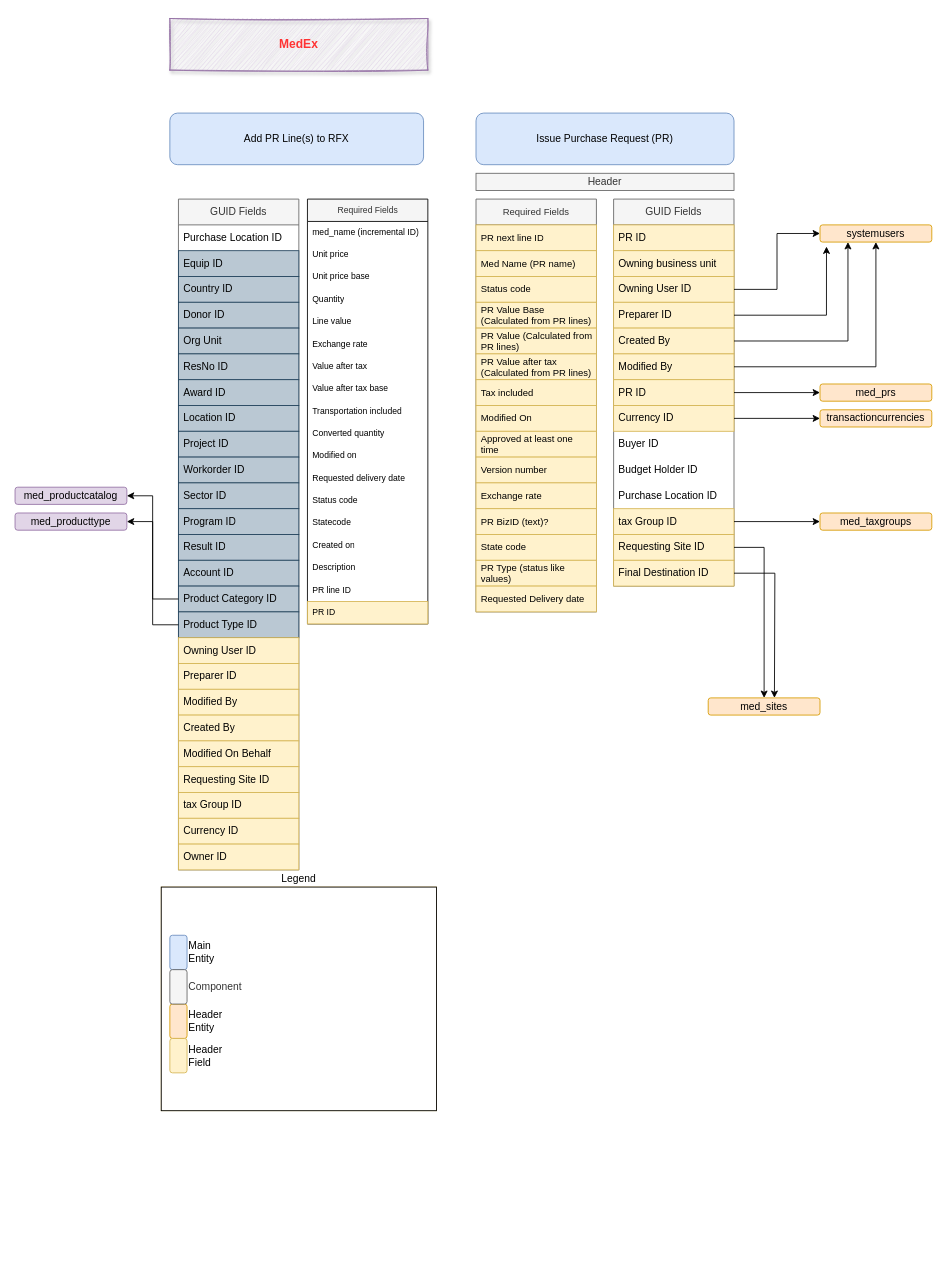
Medair/drawio keeps this draw.io diagram as page "PR Details" (3 of 3) of scm_value_chain.drawio. Above is the earlier version. Source tidied: cells renumbered, new cells numbered last; positions are measured from the earlier drawing's top-left corner, leaving out a move shared by most shapes. Both pictures are drawn from the tidied source at 86%, with x=0, y=0 at pixel (15, 18).
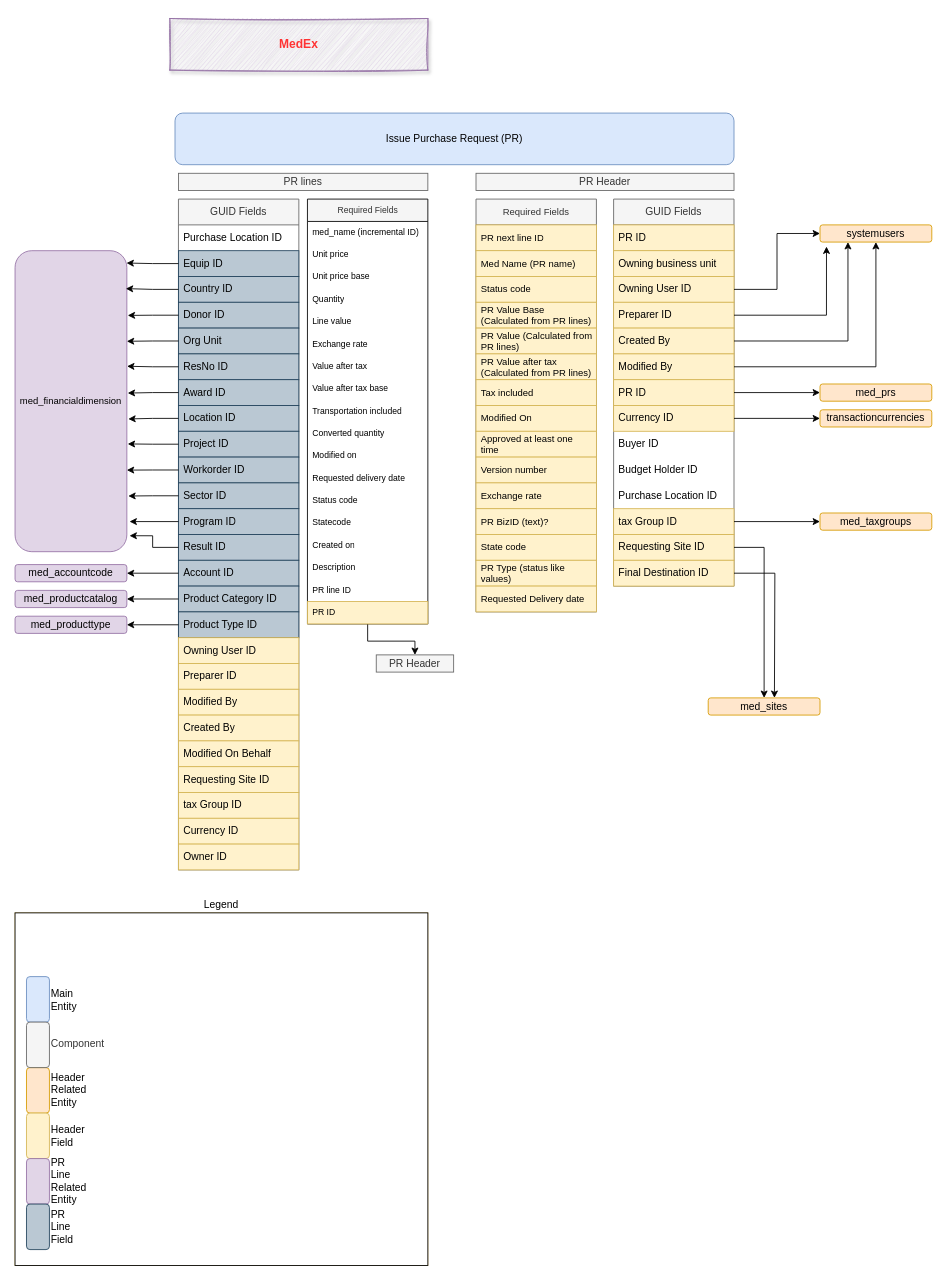
After the change.

Unchanged cells that the change refers to:
```xml
<mxCell id="11" value="Equip ID" style="text;strokeColor=#23445d;fillColor=#bac8d3;align=left;verticalAlign=middle;spacingLeft=4;spacingRight=4;overflow=hidden;points=[[0,0.5],[1,0.5]];portConstraint=eastwest;whiteSpace=wrap;html=1;" parent="9" vertex="1">
  <mxGeometry y="60" width="140" height="30" as="geometry" />
</mxCell>
<mxCell id="12" value="Country ID" style="text;strokeColor=#23445d;fillColor=#bac8d3;align=left;verticalAlign=middle;spacingLeft=4;spacingRight=4;overflow=hidden;points=[[0,0.5],[1,0.5]];portConstraint=eastwest;whiteSpace=wrap;html=1;" parent="9" vertex="1">
  <mxGeometry y="90" width="140" height="30" as="geometry" />
</mxCell>
<mxCell id="13" value="Donor ID" style="text;strokeColor=#23445d;fillColor=#bac8d3;align=left;verticalAlign=middle;spacingLeft=4;spacingRight=4;overflow=hidden;points=[[0,0.5],[1,0.5]];portConstraint=eastwest;whiteSpace=wrap;html=1;" parent="9" vertex="1">
  <mxGeometry y="120" width="140" height="30" as="geometry" />
</mxCell>
<mxCell id="14" value="Org Unit" style="text;strokeColor=#23445d;fillColor=#bac8d3;align=left;verticalAlign=middle;spacingLeft=4;spacingRight=4;overflow=hidden;points=[[0,0.5],[1,0.5]];portConstraint=eastwest;whiteSpace=wrap;html=1;" parent="9" vertex="1">
  <mxGeometry y="150" width="140" height="30" as="geometry" />
</mxCell>
<mxCell id="15" value="ResNo ID" style="text;strokeColor=#23445d;fillColor=#bac8d3;align=left;verticalAlign=middle;spacingLeft=4;spacingRight=4;overflow=hidden;points=[[0,0.5],[1,0.5]];portConstraint=eastwest;whiteSpace=wrap;html=1;" parent="9" vertex="1">
  <mxGeometry y="180" width="140" height="30" as="geometry" />
</mxCell>
<mxCell id="16" value="Award ID" style="text;strokeColor=#23445d;fillColor=#bac8d3;align=left;verticalAlign=middle;spacingLeft=4;spacingRight=4;overflow=hidden;points=[[0,0.5],[1,0.5]];portConstraint=eastwest;whiteSpace=wrap;html=1;" parent="9" vertex="1">
  <mxGeometry y="210" width="140" height="30" as="geometry" />
</mxCell>
<mxCell id="17" value="Location ID" style="text;strokeColor=#23445d;fillColor=#bac8d3;align=left;verticalAlign=middle;spacingLeft=4;spacingRight=4;overflow=hidden;points=[[0,0.5],[1,0.5]];portConstraint=eastwest;whiteSpace=wrap;html=1;" parent="9" vertex="1">
  <mxGeometry y="240" width="140" height="30" as="geometry" />
</mxCell>
<mxCell id="18" value="Project ID" style="text;strokeColor=#23445d;fillColor=#bac8d3;align=left;verticalAlign=middle;spacingLeft=4;spacingRight=4;overflow=hidden;points=[[0,0.5],[1,0.5]];portConstraint=eastwest;whiteSpace=wrap;html=1;" parent="9" vertex="1">
  <mxGeometry y="270" width="140" height="30" as="geometry" />
</mxCell>
<mxCell id="19" value="Workorder ID" style="text;strokeColor=#23445d;fillColor=#bac8d3;align=left;verticalAlign=middle;spacingLeft=4;spacingRight=4;overflow=hidden;points=[[0,0.5],[1,0.5]];portConstraint=eastwest;whiteSpace=wrap;html=1;" parent="9" vertex="1">
  <mxGeometry y="300" width="140" height="30" as="geometry" />
</mxCell>
<mxCell id="20" value="Sector ID" style="text;strokeColor=#23445d;fillColor=#bac8d3;align=left;verticalAlign=middle;spacingLeft=4;spacingRight=4;overflow=hidden;points=[[0,0.5],[1,0.5]];portConstraint=eastwest;whiteSpace=wrap;html=1;" parent="9" vertex="1">
  <mxGeometry y="330" width="140" height="30" as="geometry" />
</mxCell>
<mxCell id="21" value="Program ID" style="text;strokeColor=#23445d;fillColor=#bac8d3;align=left;verticalAlign=middle;spacingLeft=4;spacingRight=4;overflow=hidden;points=[[0,0.5],[1,0.5]];portConstraint=eastwest;whiteSpace=wrap;html=1;" parent="9" vertex="1">
  <mxGeometry y="360" width="140" height="30" as="geometry" />
</mxCell>
<mxCell id="22" value="Result ID" style="text;strokeColor=#23445d;fillColor=#bac8d3;align=left;verticalAlign=middle;spacingLeft=4;spacingRight=4;overflow=hidden;points=[[0,0.5],[1,0.5]];portConstraint=eastwest;whiteSpace=wrap;html=1;" parent="9" vertex="1">
  <mxGeometry y="390" width="140" height="30" as="geometry" />
</mxCell>
<mxCell id="23" value="Account ID" style="text;strokeColor=#23445d;fillColor=#bac8d3;align=left;verticalAlign=middle;spacingLeft=4;spacingRight=4;overflow=hidden;points=[[0,0.5],[1,0.5]];portConstraint=eastwest;whiteSpace=wrap;html=1;" parent="9" vertex="1">
  <mxGeometry y="420" width="140" height="30" as="geometry" />
</mxCell>
<mxCell id="35" style="group;" parent="1" vertex="1">
  <mxGeometry x="536" y="110" width="530" height="580" as="geometry" />
</mxCell>
<mxCell id="81" value="Required Fields" style="swimlane;fontStyle=0;horizontal=1;startSize=26;fillColor=#f5f5f5;html=1;fontColor=#333333;strokeColor=default;fontSize=10;" parent="1" vertex="1">
  <mxGeometry x="340" y="210" width="140" height="494" as="geometry" />
</mxCell>
```

What changed in the source:
```diff
@@
     <mxCell id="2" style="group;fillColor=#fff2cc;strokeColor=#d6b656;" parent="1" vertex="1">
-      <mxGeometry x="170" y="1010" width="320" height="260" as="geometry" />
+      <mxGeometry y="1040" width="480" height="410" as="geometry" />
     </mxCell>
     <mxCell id="3" value="Legend" style="rounded=0;whiteSpace=wrap;html=1;align=center;labelPosition=center;verticalLabelPosition=top;verticalAlign=bottom;" parent="2" vertex="1">
-      <mxGeometry width="320" height="260" as="geometry" />
+      <mxGeometry width="480" height="410" as="geometry" />
     </mxCell>
     <mxCell id="4" value="Main Entity" style="rounded=1;whiteSpace=wrap;html=1;fillColor=#dae8fc;strokeColor=#6c8ebf;labelPosition=right;verticalLabelPosition=middle;align=left;verticalAlign=middle;" parent="2" vertex="1">
-      <mxGeometry x="10" y="56" width="20" height="40" as="geometry" />
+      <mxGeometry x="13.3" y="74.1" width="26.7" height="52.9" as="geometry" />
     </mxCell>
-    <mxCell id="5" value="Header Entity" style="rounded=1;whiteSpace=wrap;html=1;fillColor=#ffe6cc;strokeColor=#d79b00;labelPosition=right;verticalLabelPosition=middle;align=left;verticalAlign=middle;" parent="2" vertex="1">
-      <mxGeometry x="10" y="136" width="20" height="40" as="geometry" />
+    <mxCell id="5" value="Header Related Entity" style="rounded=1;whiteSpace=wrap;html=1;fillColor=#ffe6cc;strokeColor=#d79b00;labelPosition=right;verticalLabelPosition=middle;align=left;verticalAlign=middle;" parent="2" vertex="1">
+      <mxGeometry x="13.3" y="179.9" width="26.7" height="52.9" as="geometry" />
     </mxCell>
     <mxCell id="6" value="Component" style="rounded=1;whiteSpace=wrap;html=1;fillColor=#f5f5f5;strokeColor=#666666;labelPosition=right;verticalLabelPosition=middle;align=left;verticalAlign=middle;fontColor=#333333;" parent="2" vertex="1">
-      <mxGeometry x="10" y="96" width="20" height="40" as="geometry" />
+      <mxGeometry x="13.3" y="127" width="26.7" height="52.9" as="geometry" />
     </mxCell>
     <mxCell id="7" value="Header Field" style="rounded=1;whiteSpace=wrap;html=1;fillColor=#fff2cc;strokeColor=#d6b656;labelPosition=right;verticalLabelPosition=middle;align=left;verticalAlign=middle;" parent="2" vertex="1">
-      <mxGeometry x="10" y="176" width="20" height="40" as="geometry" />
+      <mxGeometry x="13.3" y="232.8" width="26.7" height="52.9" as="geometry" />
     </mxCell>
+    <mxCell id="107" value="PR Line Related Entity" style="rounded=1;whiteSpace=wrap;html=1;fillColor=#e1d5e7;strokeColor=#9673a6;labelPosition=right;verticalLabelPosition=middle;align=left;verticalAlign=middle;" parent="2" vertex="1">
+      <mxGeometry x="13.3" y="285.7" width="26.7" height="52.9" as="geometry" />
+    </mxCell>
+    <mxCell id="108" value="PR Line Field" style="rounded=1;whiteSpace=wrap;html=1;fillColor=#bac8d3;strokeColor=#23445d;labelPosition=right;verticalLabelPosition=middle;align=left;verticalAlign=middle;" parent="2" vertex="1">
+      <mxGeometry x="13.3" y="338.6" width="26.7" height="52.9" as="geometry" />
+    </mxCell>
@@
-    <mxCell id="78" value="Header" style="rounded=0;whiteSpace=wrap;html=1;fillColor=#f5f5f5;fontColor=#333333;strokeColor=#666666;" parent="35" vertex="1">
+    <mxCell id="78" value="PR Header" style="rounded=0;whiteSpace=wrap;html=1;fillColor=#f5f5f5;fontColor=#333333;strokeColor=#666666;" parent="35" vertex="1">
       <mxGeometry y="70" width="300" height="20" as="geometry" />
     </mxCell>
     <mxCell id="79" value="Issue Purchase Request (PR)" style="rounded=1;whiteSpace=wrap;html=1;fillColor=#dae8fc;strokeColor=#6c8ebf;" parent="35" vertex="1">
-      <mxGeometry width="300" height="60" as="geometry" />
+      <mxGeometry x="-350" width="650" height="60" as="geometry" />
     </mxCell>
-    <mxCell id="80" value="Add PR Line(s) to RFX" style="rounded=1;whiteSpace=wrap;html=1;fillColor=#dae8fc;strokeColor=#6c8ebf;" parent="1" vertex="1">
-      <mxGeometry x="180" y="110" width="295" height="60" as="geometry" />
-    </mxCell>
+    <mxCell id="109" style="edgeStyle=orthogonalEdgeStyle;rounded=0;jettySize=auto;html=1;exitX=0.5;exitY=1;exitDx=0;exitDy=0;entryX=0.5;entryY=0;entryDx=0;entryDy=0;" parent="1" edge="1" source="81" target="126">
+      <mxGeometry relative="1" as="geometry" />
+    </mxCell>
@@
     <mxCell id="100" value="med_productcatalog" style="rounded=1;whiteSpace=wrap;html=1;fillColor=#e1d5e7;strokeColor=#9673a6;" parent="1" vertex="1">
-      <mxGeometry y="545" width="130" height="20" as="geometry" />
+      <mxGeometry y="665" width="130" height="20" as="geometry" />
     </mxCell>
@@
     <mxCell id="102" value="med_producttype" style="rounded=1;whiteSpace=wrap;html=1;fillColor=#e1d5e7;strokeColor=#9673a6;" parent="1" vertex="1">
-      <mxGeometry y="575" width="130" height="20" as="geometry" />
+      <mxGeometry y="695" width="130" height="20" as="geometry" />
     </mxCell>
@@
+    <mxCell id="110" value="PR lines" style="rounded=0;whiteSpace=wrap;html=1;fillColor=#f5f5f5;fontColor=#333333;strokeColor=#666666;" parent="1" vertex="1">
+      <mxGeometry x="190" y="180" width="290" height="20" as="geometry" />
+    </mxCell>
+    <mxCell id="111" value="&lt;font style=&quot;font-size: 11px;&quot;&gt;med_financialdimension&lt;/font&gt;" style="rounded=1;whiteSpace=wrap;html=1;fillColor=#e1d5e7;strokeColor=#9673a6;" parent="1" vertex="1">
+      <mxGeometry y="270" width="130" height="350" as="geometry" />
+    </mxCell>
+    <mxCell id="112" style="edgeStyle=orthogonalEdgeStyle;rounded=0;jettySize=auto;html=1;exitX=0;exitY=0.5;exitDx=0;exitDy=0;entryX=0.997;entryY=0.041;entryDx=0;entryDy=0;entryPerimeter=0;" parent="1" edge="1" source="11" target="111">
+      <mxGeometry relative="1" as="geometry" />
+    </mxCell>
+    <mxCell id="113" style="edgeStyle=orthogonalEdgeStyle;rounded=0;jettySize=auto;html=1;entryX=0.991;entryY=0.126;entryDx=0;entryDy=0;entryPerimeter=0;" parent="1" edge="1" source="12" target="111">
+      <mxGeometry relative="1" as="geometry" />
+    </mxCell>
+    <mxCell id="114" style="edgeStyle=orthogonalEdgeStyle;rounded=0;jettySize=auto;html=1;exitX=0;exitY=0.5;exitDx=0;exitDy=0;entryX=1.008;entryY=0.215;entryDx=0;entryDy=0;entryPerimeter=0;" parent="1" edge="1" source="13" target="111">
+      <mxGeometry relative="1" as="geometry" />
+    </mxCell>
+    <mxCell id="115" style="edgeStyle=orthogonalEdgeStyle;rounded=0;jettySize=auto;html=1;exitX=0;exitY=0.5;exitDx=0;exitDy=0;entryX=1;entryY=0.301;entryDx=0;entryDy=0;entryPerimeter=0;" parent="1" edge="1" source="14" target="111">
+      <mxGeometry relative="1" as="geometry" />
+    </mxCell>
+    <mxCell id="116" style="edgeStyle=orthogonalEdgeStyle;rounded=0;jettySize=auto;html=1;exitX=0;exitY=0.5;exitDx=0;exitDy=0;entryX=1.002;entryY=0.384;entryDx=0;entryDy=0;entryPerimeter=0;" parent="1" edge="1" source="15" target="111">
+      <mxGeometry relative="1" as="geometry" />
+    </mxCell>
+    <mxCell id="117" style="edgeStyle=orthogonalEdgeStyle;rounded=0;jettySize=auto;html=1;exitX=0;exitY=0.5;exitDx=0;exitDy=0;entryX=1.008;entryY=0.473;entryDx=0;entryDy=0;entryPerimeter=0;" parent="1" edge="1" source="16" target="111">
+      <mxGeometry relative="1" as="geometry" />
+    </mxCell>
+    <mxCell id="118" style="edgeStyle=orthogonalEdgeStyle;rounded=0;jettySize=auto;html=1;entryX=1.013;entryY=0.559;entryDx=0;entryDy=0;entryPerimeter=0;" parent="1" edge="1" source="17" target="111">
+      <mxGeometry relative="1" as="geometry" />
+    </mxCell>
+    <mxCell id="119" style="edgeStyle=orthogonalEdgeStyle;rounded=0;jettySize=auto;html=1;exitX=0;exitY=0.5;exitDx=0;exitDy=0;entryX=1.008;entryY=0.642;entryDx=0;entryDy=0;entryPerimeter=0;" parent="1" edge="1" source="18" target="111">
+      <mxGeometry relative="1" as="geometry" />
+    </mxCell>
+    <mxCell id="120" style="edgeStyle=orthogonalEdgeStyle;rounded=0;jettySize=auto;html=1;entryX=1;entryY=0.729;entryDx=0;entryDy=0;entryPerimeter=0;" parent="1" edge="1" source="19" target="111">
+      <mxGeometry relative="1" as="geometry" />
+    </mxCell>
+    <mxCell id="121" style="edgeStyle=orthogonalEdgeStyle;rounded=0;jettySize=auto;html=1;entryX=1.013;entryY=0.815;entryDx=0;entryDy=0;entryPerimeter=0;" parent="1" edge="1" source="20" target="111">
+      <mxGeometry relative="1" as="geometry" />
+    </mxCell>
+    <mxCell id="122" style="edgeStyle=orthogonalEdgeStyle;rounded=0;jettySize=auto;html=1;entryX=1.024;entryY=0.9;entryDx=0;entryDy=0;entryPerimeter=0;" parent="1" edge="1" source="21" target="111">
+      <mxGeometry relative="1" as="geometry" />
+    </mxCell>
+    <mxCell id="123" style="edgeStyle=orthogonalEdgeStyle;rounded=0;jettySize=auto;html=1;entryX=1.024;entryY=0.947;entryDx=0;entryDy=0;entryPerimeter=0;" parent="1" edge="1" source="22" target="111">
+      <mxGeometry relative="1" as="geometry" />
+    </mxCell>
+    <mxCell id="124" value="med_accountcode" style="rounded=1;whiteSpace=wrap;html=1;fillColor=#e1d5e7;strokeColor=#9673a6;" parent="1" vertex="1">
+      <mxGeometry y="635" width="130" height="20" as="geometry" />
+    </mxCell>
+    <mxCell id="125" style="edgeStyle=orthogonalEdgeStyle;rounded=0;jettySize=auto;html=1;" parent="1" edge="1" source="23" target="124">
+      <mxGeometry relative="1" as="geometry" />
+    </mxCell>
+    <mxCell id="126" value="PR Header" style="rounded=0;whiteSpace=wrap;html=1;fillColor=#f5f5f5;fontColor=#333333;strokeColor=#666666;" parent="1" vertex="1">
+      <mxGeometry x="420" y="740" width="90" height="20" as="geometry" />
+    </mxCell>
```
